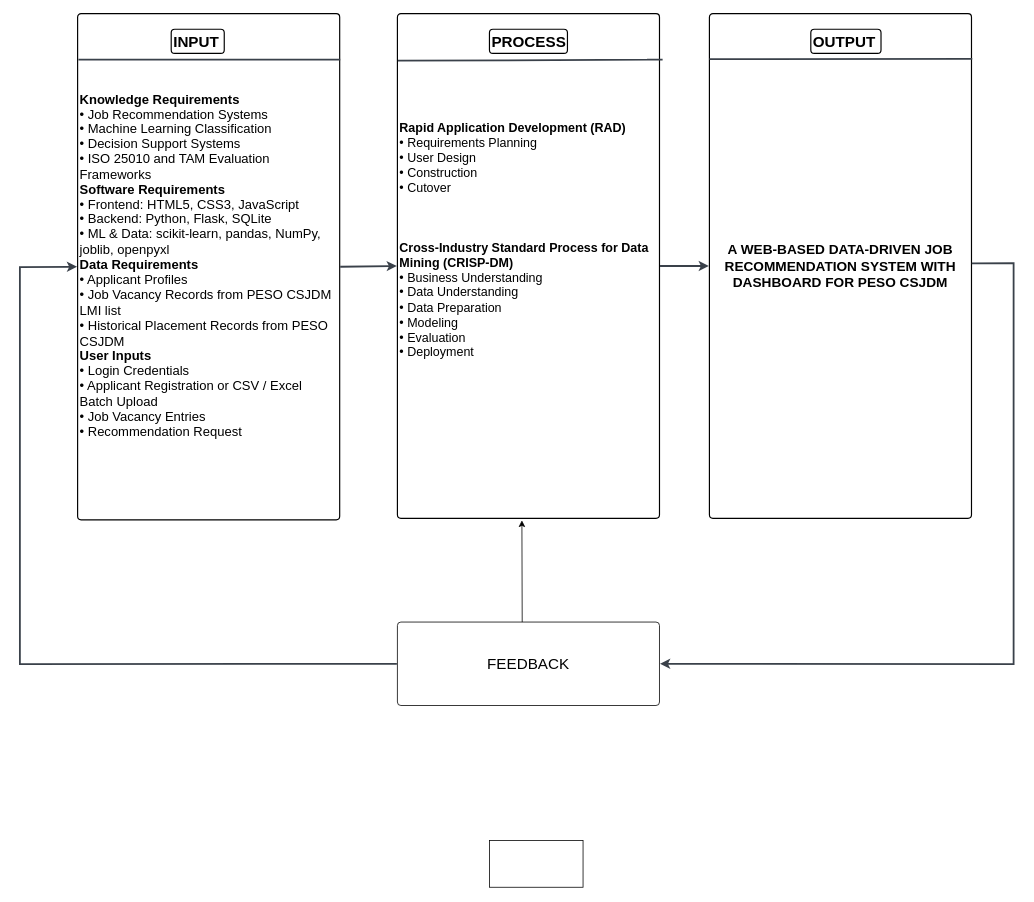
The draw.io diagram DOCUMENTATION/PAPER/diagrams/conceptualframework.drawio.xml in leandroalabado20/CAPSTONE, before the edit. Source tidied: cells renumbered, new cells numbered last; positions are measured from the earlier drawing's top-left corner, leaving out a move shared by most shapes. Both pictures are drawn from the tidied source at 78%, with x=0, y=0 at pixel (20, 13).
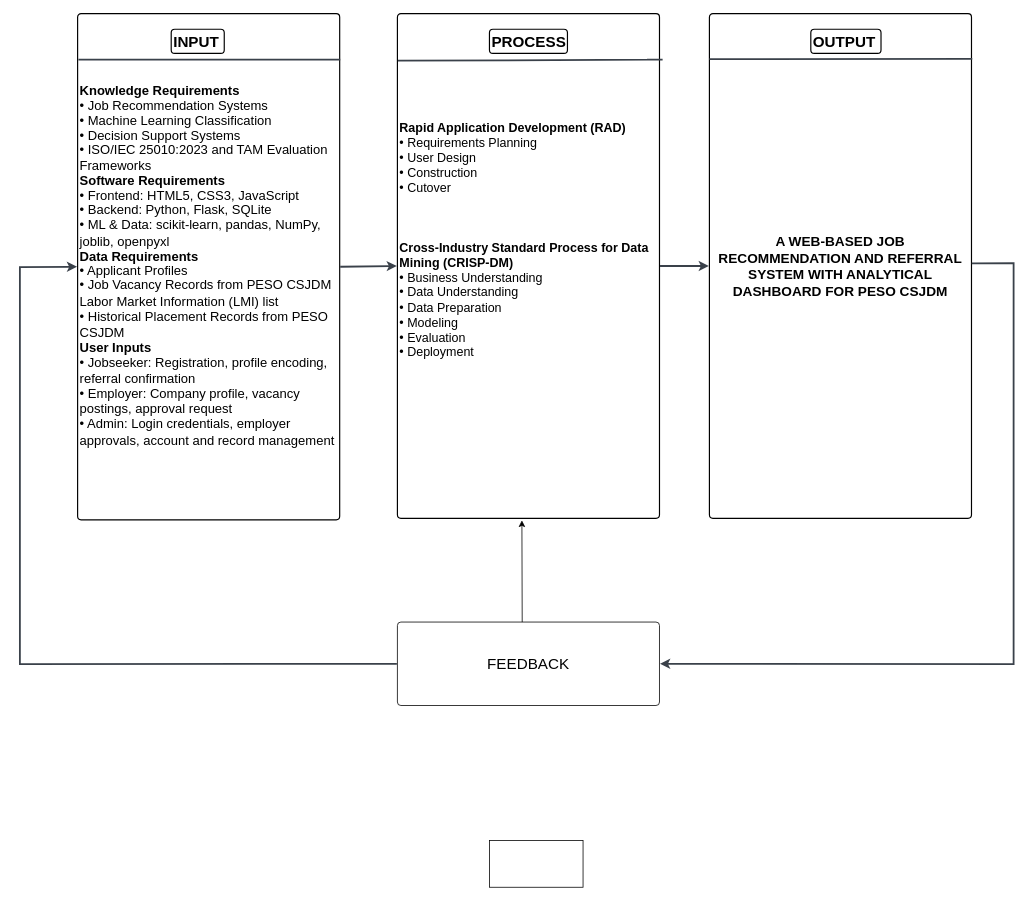
The same diagram, later.

Commit message (it also covers changes not shown here):
Revise all Chapter III diagrams and discussions for accuracy

Diff of the diagram source:
```diff
@@
-    <mxCell id="2" value="&lt;div style=&quot;display: flex; justify-content: flex-start; text-align: left; align-items: baseline; font-size: 0; line-height: 1.25;margin-top: -2px;&quot;&gt;&lt;span&gt;&lt;span style=&quot;font-size:16.7px;font-weight: bold;&quot;&gt;Knowledge Requirements&lt;/span&gt;&lt;span style=&quot;font-size:16.7px;&quot;&gt;&#10;&lt;/span&gt;&lt;/span&gt;&lt;/div&gt;&lt;div style=&quot;display: flex; justify-content: flex-start; text-align: left; align-items: baseline; font-size: 0; line-height: 1.25;margin-top: -2px;&quot;&gt;&lt;span&gt;&lt;span style=&quot;font-size:16.7px;&quot;&gt;• Job Recommendation Systems&#10;&lt;/span&gt;&lt;/span&gt;&lt;/div&gt;&lt;div style=&quot;display: flex; justify-content: flex-start; text-align: left; align-items: baseline; font-size: 0; line-height: 1.25;margin-top: -2px;&quot;&gt;&lt;span&gt;&lt;span style=&quot;font-size:16.7px;&quot;&gt;• Machine Learning Classification&#10;&lt;/span&gt;&lt;/span&gt;&lt;/div&gt;&lt;div style=&quot;display: flex; justify-content: flex-start; text-align: left; align-items: baseline; font-size: 0; line-height: 1.25;margin-top: -2px;&quot;&gt;&lt;span&gt;&lt;span style=&quot;font-size:16.7px;&quot;&gt;• Decision Support Systems&#10;&lt;/span&gt;&lt;/span&gt;&lt;/div&gt;&lt;div style=&quot;display: flex; justify-content: flex-start; text-align: left; align-items: baseline; font-size: 0; line-height: 1.25;margin-top: -2px;&quot;&gt;&lt;span&gt;&lt;span style=&quot;font-size:16.7px;&quot;&gt;• ISO 25010 and TAM Evaluation Frameworks&#10;&lt;/span&gt;&lt;/span&gt;&lt;/div&gt;&lt;div style=&quot;display: flex; justify-content: flex-start; text-align: left; align-items: baseline; font-size: 0; line-height: 1.25;margin-top: -2px;&quot;&gt;&lt;span&gt;&lt;span style=&quot;font-size:16.7px;&quot;&gt;&lt;span style=&quot;font-size:16.7px;font-weight: bold;&quot;&gt;Software Requirements&lt;/span&gt;&lt;span style=&quot;font-size:16.7px;&quot;&gt;&#10;&lt;/span&gt;&lt;/span&gt;&lt;/span&gt;&lt;/div&gt;&lt;div style=&quot;display: flex; justify-content: flex-start; text-align: left; align-items: baseline; font-size: 0; line-height: 1.25;margin-top: -2px;&quot;&gt;&lt;span&gt;&lt;span style=&quot;font-size:16.7px;&quot;&gt;• Frontend: HTML5, CSS3,  JavaScript&#10;&lt;/span&gt;&lt;/span&gt;&lt;/div&gt;&lt;div style=&quot;display: flex; justify-content: flex-start; text-align: left; align-items: baseline; font-size: 0; line-height: 1.25;margin-top: -2px;&quot;&gt;&lt;span&gt;&lt;span style=&quot;font-size:16.7px;&quot;&gt;• Backend: Python, Flask, SQLite&#10;&lt;/span&gt;&lt;/span&gt;&lt;/div&gt;&lt;div style=&quot;display: flex; justify-content: flex-start; text-align: left; align-items: baseline; font-size: 0; line-height: 1.25;margin-top: -2px;&quot;&gt;&lt;span&gt;&lt;span style=&quot;font-size:16.7px;&quot;&gt;• ML &amp; Data: scikit-learn, pandas, NumPy, joblib, openpyxl&#10;&lt;/span&gt;&lt;/span&gt;&lt;/div&gt;&lt;div style=&quot;display: flex; justify-content: flex-start; text-align: left; align-items: baseline; font-size: 0; line-height: 1.25;margin-top: -2px;&quot;&gt;&lt;span&gt;&lt;span style=&quot;font-size:16.7px;&quot;&gt;&lt;span style=&quot;font-size:16.7px;font-weight: bold;&quot;&gt;Data Requirements&lt;/span&gt;&lt;span style=&quot;font-size:16.7px;&quot;&gt;&#10;&lt;/span&gt;&lt;/span&gt;&lt;/span&gt;&lt;/div&gt;&lt;div style=&quot;display: flex; justify-content: flex-start; text-align: left; align-items: baseline; font-size: 0; line-height: 1.25;margin-top: -2px;&quot;&gt;&lt;span&gt;&lt;span style=&quot;font-size:16.7px;&quot;&gt;• Applicant Profiles&#10;&lt;/span&gt;&lt;/span&gt;&lt;/div&gt;&lt;div style=&quot;display: flex; justify-content: flex-start; text-align: left; align-items: baseline; font-size: 0; line-height: 1.25;margin-top: -2px;&quot;&gt;&lt;span&gt;&lt;span style=&quot;font-size:16.7px;&quot;&gt;• Job Vacancy Records from PESO CSJDM LMI list&#10;&lt;/span&gt;&lt;/span&gt;&lt;/div&gt;&lt;div style=&quot;display: flex; justify-content: flex-start; text-align: left; align-items: baseline; font-size: 0; line-height: 1.25;margin-top: -2px;&quot;&gt;&lt;span&gt;&lt;span style=&quot;font-size:16.7px;&quot;&gt;• Historical Placement Records from PESO CSJDM&#10;&lt;/span&gt;&lt;/span&gt;&lt;/div&gt;&lt;div style=&quot;display: flex; justify-content: flex-start; text-align: left; align-items: baseline; font-size: 0; line-height: 1.25;margin-top: -2px;&quot;&gt;&lt;span&gt;&lt;span style=&quot;font-size:16.7px;&quot;&gt;&lt;span style=&quot;font-size:16.7px;font-weight: bold;&quot;&gt;User Inputs&lt;/span&gt;&lt;span style=&quot;font-size:16.7px;&quot;&gt;&#10;&lt;/span&gt;&lt;/span&gt;&lt;/span&gt;&lt;/div&gt;&lt;div style=&quot;display: flex; justify-content: flex-start; text-align: left; align-items: baseline; font-size: 0; line-height: 1.25;margin-top: -2px;&quot;&gt;&lt;span&gt;&lt;span style=&quot;font-size:16.7px;&quot;&gt;• Login Credentials&#10;&lt;/span&gt;&lt;/span&gt;&lt;/div&gt;&lt;div style=&quot;display: flex; justify-content: flex-start; text-align: left; align-items: baseline; font-size: 0; line-height: 1.25;margin-top: -2px;&quot;&gt;&lt;span&gt;&lt;span style=&quot;font-size:16.7px;&quot;&gt;• Applicant Registration or CSV / Excel Batch Upload&#10;&lt;/span&gt;&lt;/span&gt;&lt;/div&gt;&lt;div style=&quot;display: flex; justify-content: flex-start; text-align: left; align-items: baseline; font-size: 0; line-height: 1.25;margin-top: -2px;&quot;&gt;&lt;span&gt;&lt;span style=&quot;font-size:16.7px;&quot;&gt;• Job Vacancy Entries&#10;&lt;/span&gt;&lt;/span&gt;&lt;/div&gt;&lt;div style=&quot;display: flex; justify-content: flex-start; text-align: left; align-items: baseline; font-size: 0; line-height: 1.25;margin-top: -2px;&quot;&gt;&lt;span&gt;&lt;span style=&quot;font-size:16.7px;&quot;&gt;• Recommendation Request&lt;/span&gt;&lt;/span&gt;&lt;/div&gt;" style="html=1;overflow=block;blockSpacing=1;whiteSpace=wrap;fontSize=13;spacing=3.8;verticalAlign=middle;strokeOpacity=100;fillOpacity=100;rounded=1;absoluteArcSize=1;arcSize=9;fillColor=#ffffff;strokeWidth=1.5;lucidId=98_EF07Lhfns;" parent="1" vertex="1">
+    <mxCell id="2" value="&lt;div style=&quot;display: flex; justify-content: flex-start; text-align: left; align-items: baseline; font-size: 0; line-height: 1.25;margin-top: -2px;&quot;&gt;&lt;span&gt;&lt;span style=&quot;font-size:16.7px;font-weight: bold;&quot;&gt;Knowledge Requirements&lt;/span&gt;&lt;span style=&quot;font-size:16.7px;&quot;&gt;&#10;&lt;/span&gt;&lt;/span&gt;&lt;/div&gt;&lt;div style=&quot;display: flex; justify-content: flex-start; text-align: left; align-items: baseline; font-size: 0; line-height: 1.25;margin-top: -2px;&quot;&gt;&lt;span&gt;&lt;span style=&quot;font-size:16.7px;&quot;&gt;• Job Recommendation Systems&#10;&lt;/span&gt;&lt;/span&gt;&lt;/div&gt;&lt;div style=&quot;display: flex; justify-content: flex-start; text-align: left; align-items: baseline; font-size: 0; line-height: 1.25;margin-top: -2px;&quot;&gt;&lt;span&gt;&lt;span style=&quot;font-size:16.7px;&quot;&gt;• Machine Learning Classification&#10;&lt;/span&gt;&lt;/span&gt;&lt;/div&gt;&lt;div style=&quot;display: flex; justify-content: flex-start; text-align: left; align-items: baseline; font-size: 0; line-height: 1.25;margin-top: -2px;&quot;&gt;&lt;span&gt;&lt;span style=&quot;font-size:16.7px;&quot;&gt;• Decision Support Systems&#10;&lt;/span&gt;&lt;/span&gt;&lt;/div&gt;&lt;div style=&quot;display: flex; justify-content: flex-start; text-align: left; align-items: baseline; font-size: 0; line-height: 1.25;margin-top: -2px;&quot;&gt;&lt;span&gt;&lt;span style=&quot;font-size:16.7px;&quot;&gt;• ISO/IEC 25010:2023 and TAM Evaluation Frameworks&#10;&lt;/span&gt;&lt;/span&gt;&lt;/div&gt;&lt;div style=&quot;display: flex; justify-content: flex-start; text-align: left; align-items: baseline; font-size: 0; line-height: 1.25;margin-top: -2px;&quot;&gt;&lt;span&gt;&lt;span style=&quot;font-size:16.7px;&quot;&gt;&lt;span style=&quot;font-size:16.7px;font-weight: bold;&quot;&gt;Software Requirements&lt;/span&gt;&lt;span style=&quot;font-size:16.7px;&quot;&gt;&#10;&lt;/span&gt;&lt;/span&gt;&lt;/span&gt;&lt;/div&gt;&lt;div style=&quot;display: flex; justify-content: flex-start; text-align: left; align-items: baseline; font-size: 0; line-height: 1.25;margin-top: -2px;&quot;&gt;&lt;span&gt;&lt;span style=&quot;font-size:16.7px;&quot;&gt;• Frontend: HTML5, CSS3,  JavaScript&#10;&lt;/span&gt;&lt;/span&gt;&lt;/div&gt;&lt;div style=&quot;display: flex; justify-content: flex-start; text-align: left; align-items: baseline; font-size: 0; line-height: 1.25;margin-top: -2px;&quot;&gt;&lt;span&gt;&lt;span style=&quot;font-size:16.7px;&quot;&gt;• Backend: Python, Flask, SQLite&#10;&lt;/span&gt;&lt;/span&gt;&lt;/div&gt;&lt;div style=&quot;display: flex; justify-content: flex-start; text-align: left; align-items: baseline; font-size: 0; line-height: 1.25;margin-top: -2px;&quot;&gt;&lt;span&gt;&lt;span style=&quot;font-size:16.7px;&quot;&gt;• ML &amp; Data: scikit-learn, pandas, NumPy, joblib, openpyxl&#10;&lt;/span&gt;&lt;/span&gt;&lt;/div&gt;&lt;div style=&quot;display: flex; justify-content: flex-start; text-align: left; align-items: baseline; font-size: 0; line-height: 1.25;margin-top: -2px;&quot;&gt;&lt;span&gt;&lt;span style=&quot;font-size:16.7px;&quot;&gt;&lt;span style=&quot;font-size:16.7px;font-weight: bold;&quot;&gt;Data Requirements&lt;/span&gt;&lt;span style=&quot;font-size:16.7px;&quot;&gt;&#10;&lt;/span&gt;&lt;/span&gt;&lt;/span&gt;&lt;/div&gt;&lt;div style=&quot;display: flex; justify-content: flex-start; text-align: left; align-items: baseline; font-size: 0; line-height: 1.25;margin-top: -2px;&quot;&gt;&lt;span&gt;&lt;span style=&quot;font-size:16.7px;&quot;&gt;• Applicant Profiles&#10;&lt;/span&gt;&lt;/span&gt;&lt;/div&gt;&lt;div style=&quot;display: flex; justify-content: flex-start; text-align: left; align-items: baseline; font-size: 0; line-height: 1.25;margin-top: -2px;&quot;&gt;&lt;span&gt;&lt;span style=&quot;font-size:16.7px;&quot;&gt;• Job Vacancy Records from PESO CSJDM Labor Market Information (LMI) list&#10;&lt;/span&gt;&lt;/span&gt;&lt;/div&gt;&lt;div style=&quot;display: flex; justify-content: flex-start; text-align: left; align-items: baseline; font-size: 0; line-height: 1.25;margin-top: -2px;&quot;&gt;&lt;span&gt;&lt;span style=&quot;font-size:16.7px;&quot;&gt;• Historical Placement Records from PESO CSJDM&#10;&lt;/span&gt;&lt;/span&gt;&lt;/div&gt;&lt;div style=&quot;display: flex; justify-content: flex-start; text-align: left; align-items: baseline; font-size: 0; line-height: 1.25;margin-top: -2px;&quot;&gt;&lt;span&gt;&lt;span style=&quot;font-size:16.7px;&quot;&gt;&lt;span style=&quot;font-size:16.7px;font-weight: bold;&quot;&gt;User Inputs&lt;/span&gt;&lt;span style=&quot;font-size:16.7px;&quot;&gt;&#10;&lt;/span&gt;&lt;/span&gt;&lt;/span&gt;&lt;/div&gt;&lt;div style=&quot;display: flex; justify-content: flex-start; text-align: left; align-items: baseline; font-size: 0; line-height: 1.25;margin-top: -2px;&quot;&gt;&lt;span&gt;&lt;span style=&quot;font-size:16.7px;&quot;&gt;• Jobseeker: Registration, profile encoding, referral confirmation&#10;&lt;/span&gt;&lt;/span&gt;&lt;/div&gt;&lt;div style=&quot;display: flex; justify-content: flex-start; text-align: left; align-items: baseline; font-size: 0; line-height: 1.25;margin-top: -2px;&quot;&gt;&lt;span&gt;&lt;span style=&quot;font-size:16.7px;&quot;&gt;• Employer: Company profile, vacancy postings, approval request&#10;&lt;/span&gt;&lt;/span&gt;&lt;/div&gt;&lt;div style=&quot;display: flex; justify-content: flex-start; text-align: left; align-items: baseline; font-size: 0; line-height: 1.25;margin-top: -2px;&quot;&gt;&lt;span&gt;&lt;span style=&quot;font-size:16.7px;&quot;&gt;• Admin: Login credentials, employer approvals, account and record management&lt;/span&gt;&lt;/span&gt;&lt;/div&gt;" style="html=1;overflow=block;blockSpacing=1;whiteSpace=wrap;fontSize=13;spacing=3.8;verticalAlign=middle;strokeOpacity=100;fillOpacity=100;rounded=1;absoluteArcSize=1;arcSize=9;fillColor=#ffffff;strokeWidth=1.5;lucidId=98_EF07Lhfns;" parent="1" vertex="1">
       <mxGeometry x="74" width="336" height="649" as="geometry" />
     </mxCell>
@@
-    <mxCell id="4" value="A WEB-BASED DATA-DRIVEN JOB RECOMMENDATION SYSTEM WITH DASHBOARD FOR PESO CSJDM" style="html=1;overflow=block;blockSpacing=1;whiteSpace=wrap;fontSize=17.5;fontStyle=1;spacing=3.8;verticalAlign=middle;strokeOpacity=100;fillOpacity=100;rounded=1;absoluteArcSize=1;arcSize=9;fillColor=#ffffff;strokeWidth=1.5;lucidId=99_ETW_N.lcM;" parent="1" vertex="1">
+    <mxCell id="4" value="A WEB-BASED JOB RECOMMENDATION AND REFERRAL SYSTEM WITH ANALYTICAL DASHBOARD FOR PESO CSJDM" style="html=1;overflow=block;blockSpacing=1;whiteSpace=wrap;fontSize=17.5;fontStyle=1;spacing=3.8;verticalAlign=middle;strokeOpacity=100;fillOpacity=100;rounded=1;absoluteArcSize=1;arcSize=9;fillColor=#ffffff;strokeWidth=1.5;lucidId=99_ETW_N.lcM;" parent="1" vertex="1">
       <mxGeometry x="884" width="336" height="647" as="geometry" />
     </mxCell>
```
